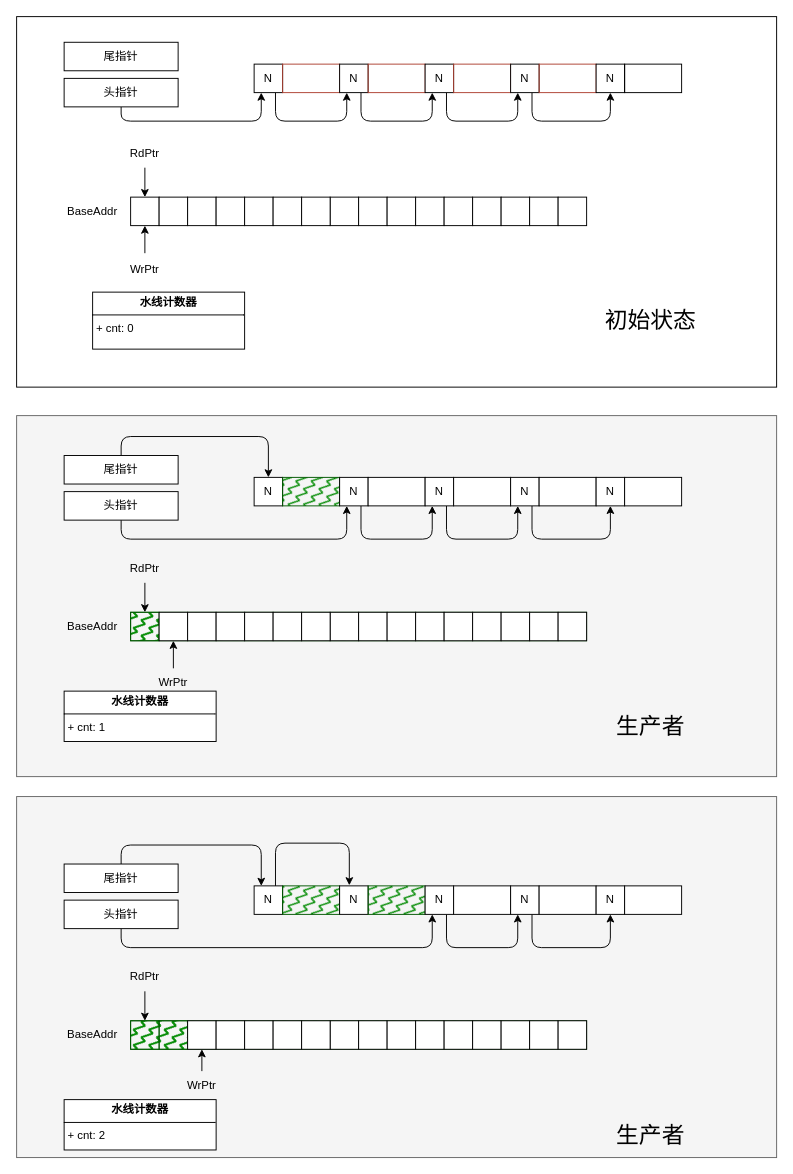
Above: page "Flow" (4 of 4) of qtv2.drawio in joliet0l/Diagram (draw.io), before the change. Source tidied: cells renumbered, new cells numbered last; positions are measured from the earlier drawing's top-left corner, leaving out a move shared by most shapes. Both pictures are drawn from the tidied source at 95%, with x=0, y=0 at pixel (16, 16).
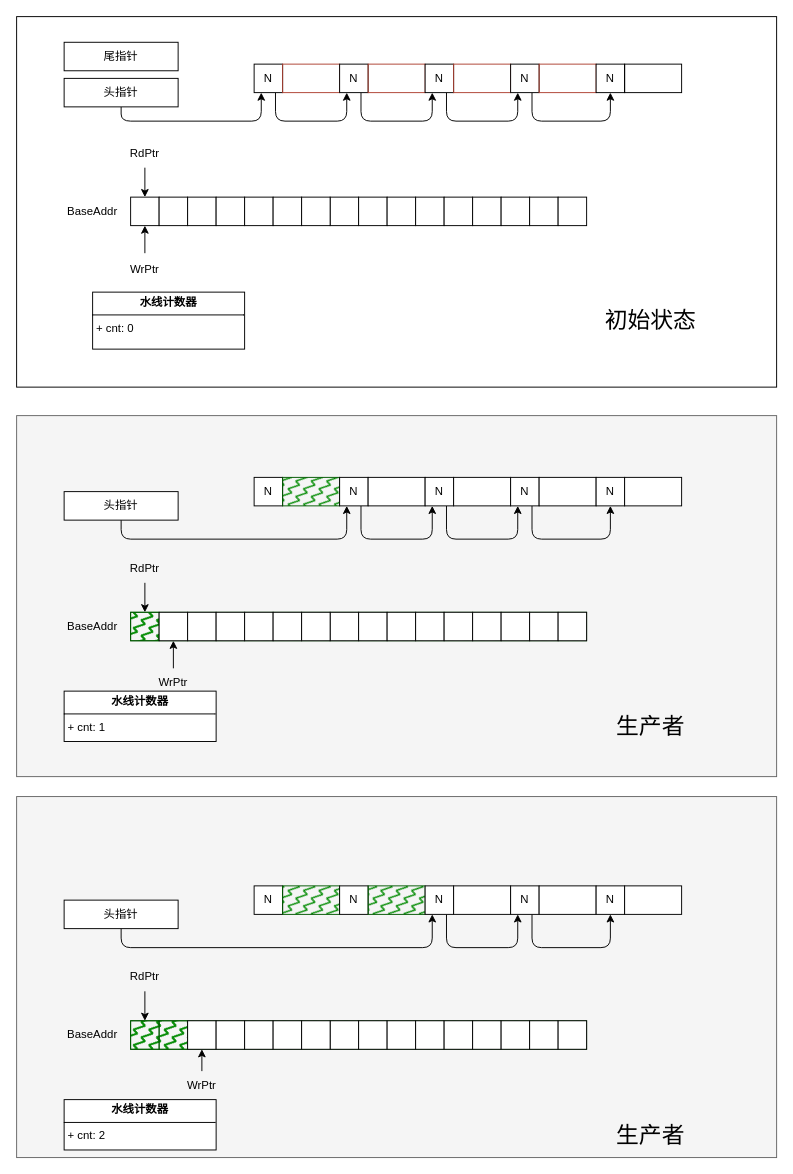
The same diagram, later.

The change refers to these unchanged cells:
```xml
<mxCell id="67" value="N" style="whiteSpace=wrap;html=1;" parent="1" vertex="1">
  <mxGeometry x="250" y="485" width="30" height="30" as="geometry" />
</mxCell>
<mxCell id="110" value="N" style="whiteSpace=wrap;html=1;" parent="1" vertex="1">
  <mxGeometry x="250" y="915" width="30" height="30" as="geometry" />
</mxCell>
<mxCell id="112" value="N" style="whiteSpace=wrap;html=1;" parent="1" vertex="1">
  <mxGeometry x="340" y="915" width="30" height="30" as="geometry" />
</mxCell>
```

Diff of the diagram source:
```diff
@@
-    <mxCell id="82" style="edgeStyle=orthogonalEdgeStyle;rounded=1;jettySize=auto;html=1;exitX=0.5;exitY=0;exitDx=0;exitDy=0;entryX=0.5;entryY=0;entryDx=0;entryDy=0;curved=0;" parent="1" edge="1" source="83" target="67">
-      <mxGeometry relative="1" as="geometry" />
-    </mxCell>
-    <mxCell id="83" value="尾指针" style="rounded=0;whiteSpace=wrap;html=1;" parent="1" vertex="1">
-      <mxGeometry x="50" y="462" width="120" height="30" as="geometry" />
-    </mxCell>
@@
-    <mxCell id="124" style="edgeStyle=orthogonalEdgeStyle;rounded=1;jettySize=auto;html=1;exitX=0.5;exitY=0;exitDx=0;exitDy=0;entryX=0.25;entryY=0;entryDx=0;entryDy=0;curved=0;" parent="1" edge="1" source="125" target="110">
-      <mxGeometry relative="1" as="geometry" />
-    </mxCell>
-    <mxCell id="125" value="尾指针" style="rounded=0;whiteSpace=wrap;html=1;" parent="1" vertex="1">
-      <mxGeometry x="50" y="892" width="120" height="30" as="geometry" />
-    </mxCell>
@@
-    <mxCell id="129" style="edgeStyle=orthogonalEdgeStyle;rounded=1;jettySize=auto;html=1;exitX=0.75;exitY=0;exitDx=0;exitDy=0;entryX=0.34;entryY=-0.02;entryDx=0;entryDy=0;entryPerimeter=0;curved=0;" parent="1" edge="1" source="110" target="112">
-      <mxGeometry relative="1" as="geometry">
-        <Array as="points">
-          <mxPoint x="273" y="870" />
-          <mxPoint x="350" y="870" />
-        </Array>
-      </mxGeometry>
-    </mxCell>
```
